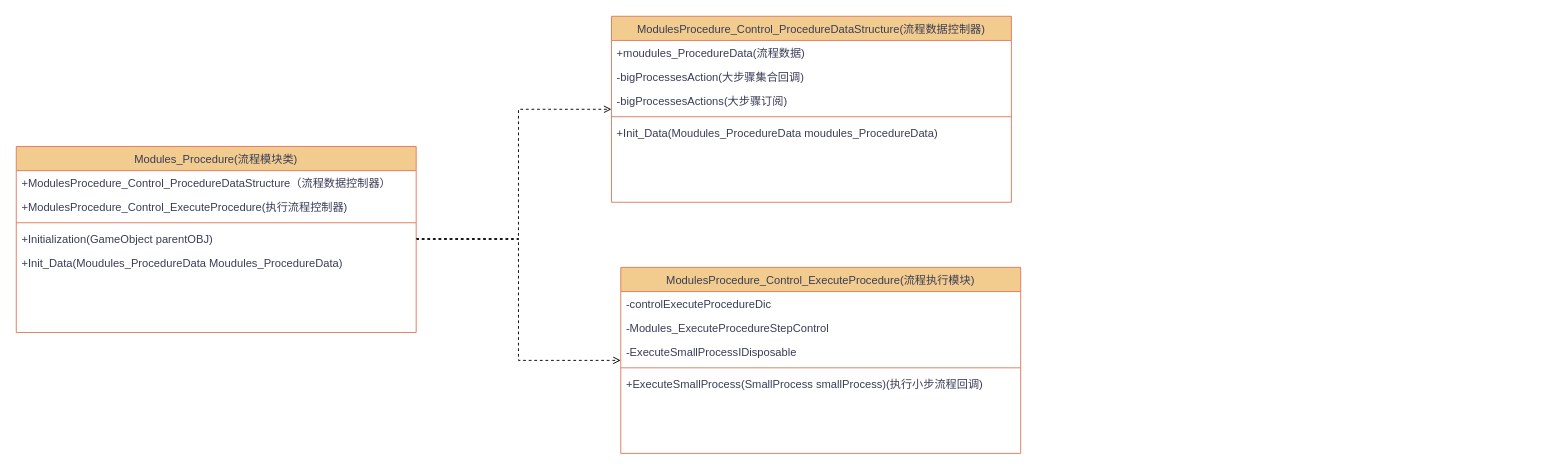
Earlier version of the draw.io diagram Obosky/Assemble.drawio (guiyewang/draw.io). Source tidied: cells renumbered, new cells numbered last; positions are measured from the earlier drawing's top-left corner, leaving out a move shared by most shapes. Both pictures are drawn from the tidied source at 93%, with x=0, y=0 at pixel (16, 16).
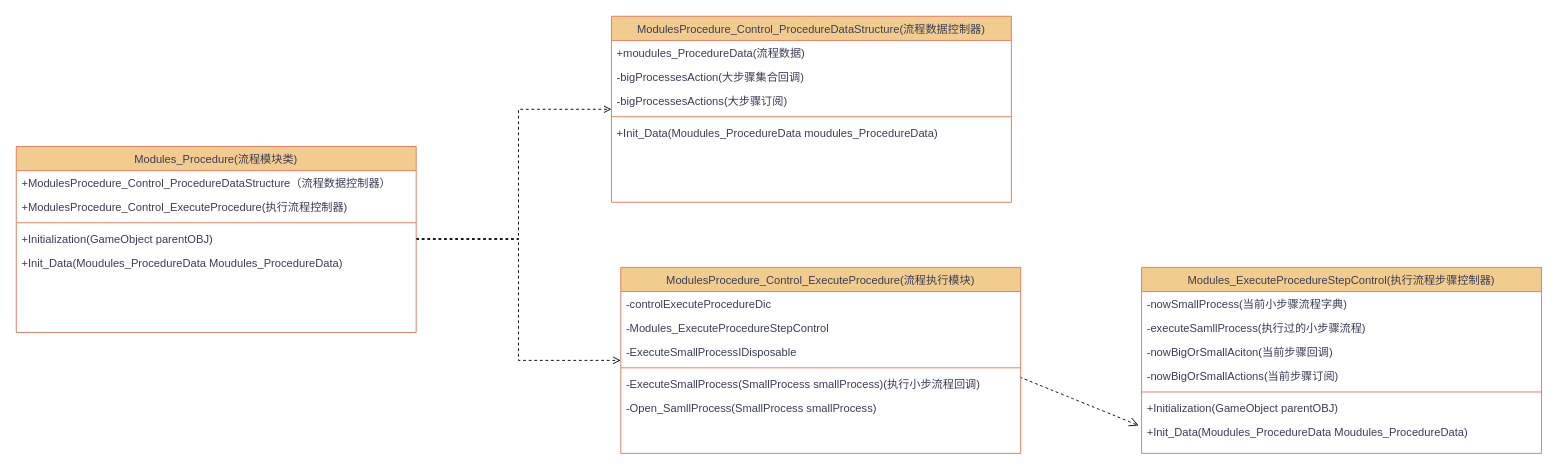
After the change.

Unchanged cells that the change refers to:
```xml
<mxCell id="15" value="ModulesProcedure_Control_ExecuteProcedure(流程执行模块)" style="swimlane;fontStyle=0;align=center;verticalAlign=top;horizontal=1;startSize=26;rounded=0;shadow=0;strokeWidth=1;labelBackgroundColor=none;fillColor=#F2CC8F;strokeColor=#E07A5F;fontColor=#393C56;whiteSpace=wrap;" parent="1" vertex="1">
  <mxGeometry x="650" y="270" width="430" height="200" as="geometry" />
</mxCell>
```

What changed in the source:
```diff
@@
+    <mxCell id="22" style="edgeStyle=none;curved=1;rounded=0;jettySize=auto;html=1;fontSize=12;startSize=8;endSize=8;dashed=1;endArrow=open;endFill=0;exitX=0.998;exitY=0.231;exitDx=0;exitDy=0;exitPerimeter=0;entryX=-0.007;entryY=1.231;entryDx=0;entryDy=0;entryPerimeter=0;" parent="1" edge="1" source="20" target="30">
+      <mxGeometry relative="1" as="geometry" />
+    </mxCell>
@@
-    <mxCell id="20" value="+ExecuteSmallProcess(SmallProcess smallProcess)(执行小步流程回调)" style="text;align=left;verticalAlign=top;spacingLeft=4;spacingRight=4;overflow=hidden;points=[[0,0.5],[1,0.5]];portConstraint=eastwest;labelBackgroundColor=none;fontColor=#393C56;rounded=0;" parent="15" vertex="1">
+    <mxCell id="20" value="-ExecuteSmallProcess(SmallProcess smallProcess)(执行小步流程回调)" style="text;align=left;verticalAlign=top;spacingLeft=4;spacingRight=4;overflow=hidden;points=[[0,0.5],[1,0.5]];portConstraint=eastwest;labelBackgroundColor=none;fontColor=#393C56;rounded=0;" parent="15" vertex="1">
       <mxGeometry y="112" width="430" height="26" as="geometry" />
     </mxCell>
+    <mxCell id="23" value="-Open_SamllProcess(SmallProcess smallProcess)" style="text;align=left;verticalAlign=top;spacingLeft=4;spacingRight=4;overflow=hidden;labelBackgroundColor=none;fontColor=#393C56;rounded=0;" parent="15" vertex="1">
+      <mxGeometry y="138" width="430" height="26" as="geometry" />
+    </mxCell>
@@
+    <mxCell id="24" value="Modules_ExecuteProcedureStepControl(执行流程步骤控制器)" style="swimlane;fontStyle=0;align=center;verticalAlign=top;horizontal=1;startSize=26;rounded=0;shadow=0;strokeWidth=1;labelBackgroundColor=none;fillColor=#F2CC8F;strokeColor=#E07A5F;fontColor=#393C56;whiteSpace=wrap;" parent="1" vertex="1">
+      <mxGeometry x="1210" y="270" width="430" height="200" as="geometry" />
+    </mxCell>
+    <mxCell id="25" value="-nowSmallProcess(当前小步骤流程字典)" style="text;align=left;verticalAlign=top;spacingLeft=4;spacingRight=4;overflow=hidden;labelBackgroundColor=none;fontColor=#393C56;rounded=0;whiteSpace=wrap;" parent="24" vertex="1">
+      <mxGeometry y="26" width="430" height="26" as="geometry" />
+    </mxCell>
+    <mxCell id="26" value="-executeSamllProcess(执行过的小步骤流程)" style="text;align=left;verticalAlign=top;spacingLeft=4;spacingRight=4;overflow=hidden;rounded=0;shadow=0;html=0;labelBackgroundColor=none;fontColor=#393C56;" parent="24" vertex="1">
+      <mxGeometry y="52" width="430" height="26" as="geometry" />
+    </mxCell>
+    <mxCell id="27" value="-nowBigOrSmallAciton(当前步骤回调)" style="text;align=left;verticalAlign=top;spacingLeft=4;spacingRight=4;overflow=hidden;rounded=0;shadow=0;html=0;labelBackgroundColor=none;fontColor=#393C56;" parent="24" vertex="1">
+      <mxGeometry y="78" width="430" height="26" as="geometry" />
+    </mxCell>
+    <mxCell id="28" value="-nowBigOrSmallActions(当前步骤订阅)" style="text;align=left;verticalAlign=top;spacingLeft=4;spacingRight=4;overflow=hidden;rounded=0;shadow=0;html=0;labelBackgroundColor=none;fontColor=#393C56;" parent="24" vertex="1">
+      <mxGeometry y="104" width="430" height="26" as="geometry" />
+    </mxCell>
+    <mxCell id="29" style="line;html=1;strokeWidth=1;align=left;verticalAlign=middle;spacingTop=-1;spacingLeft=3;spacingRight=3;labelPosition=right;labelBackgroundColor=none;fillColor=#F2CC8F;strokeColor=#E07A5F;fontColor=#393C56;rounded=0;" parent="24" vertex="1">
+      <mxGeometry y="130" width="430" height="8" as="geometry" />
+    </mxCell>
+    <mxCell id="30" value="+Initialization(GameObject parentOBJ)" style="text;align=left;verticalAlign=top;spacingLeft=4;spacingRight=4;overflow=hidden;points=[[0,0.5],[1,0.5]];portConstraint=eastwest;labelBackgroundColor=none;fontColor=#393C56;rounded=0;" parent="24" vertex="1">
+      <mxGeometry y="138" width="430" height="26" as="geometry" />
+    </mxCell>
+    <mxCell id="31" value="+Init_Data(Moudules_ProcedureData Moudules_ProcedureData)" style="text;align=left;verticalAlign=top;spacingLeft=4;spacingRight=4;overflow=hidden;labelBackgroundColor=none;fontColor=#393C56;rounded=0;" parent="24" vertex="1">
+      <mxGeometry y="164" width="430" height="26" as="geometry" />
+    </mxCell>
```
